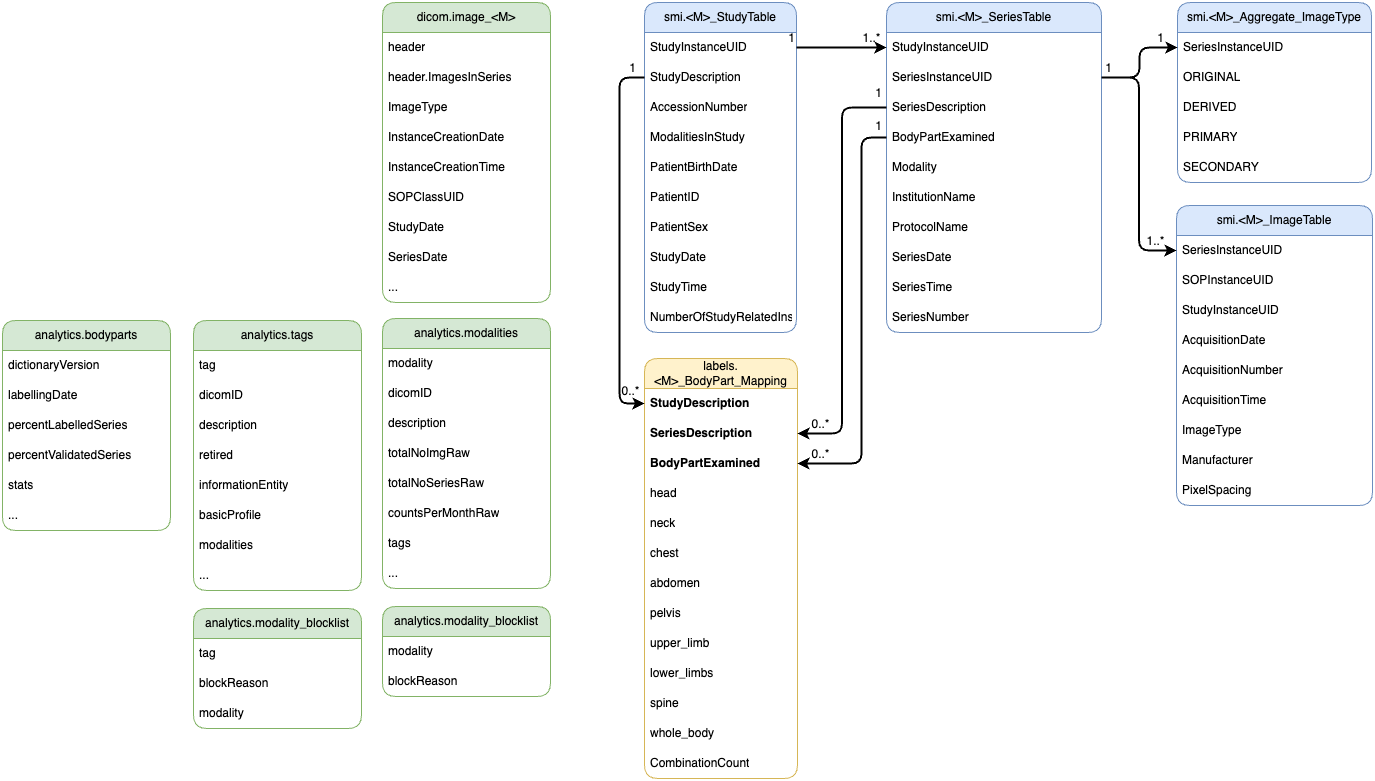
Before: docs/assets/er_diagram.png, a diagram exported from draw.io (SMI/metacat). Source tidied: cells renumbered, new cells last; positions are measured from the earlier drawing's top-left corner, leaving out a move shared by most shapes.
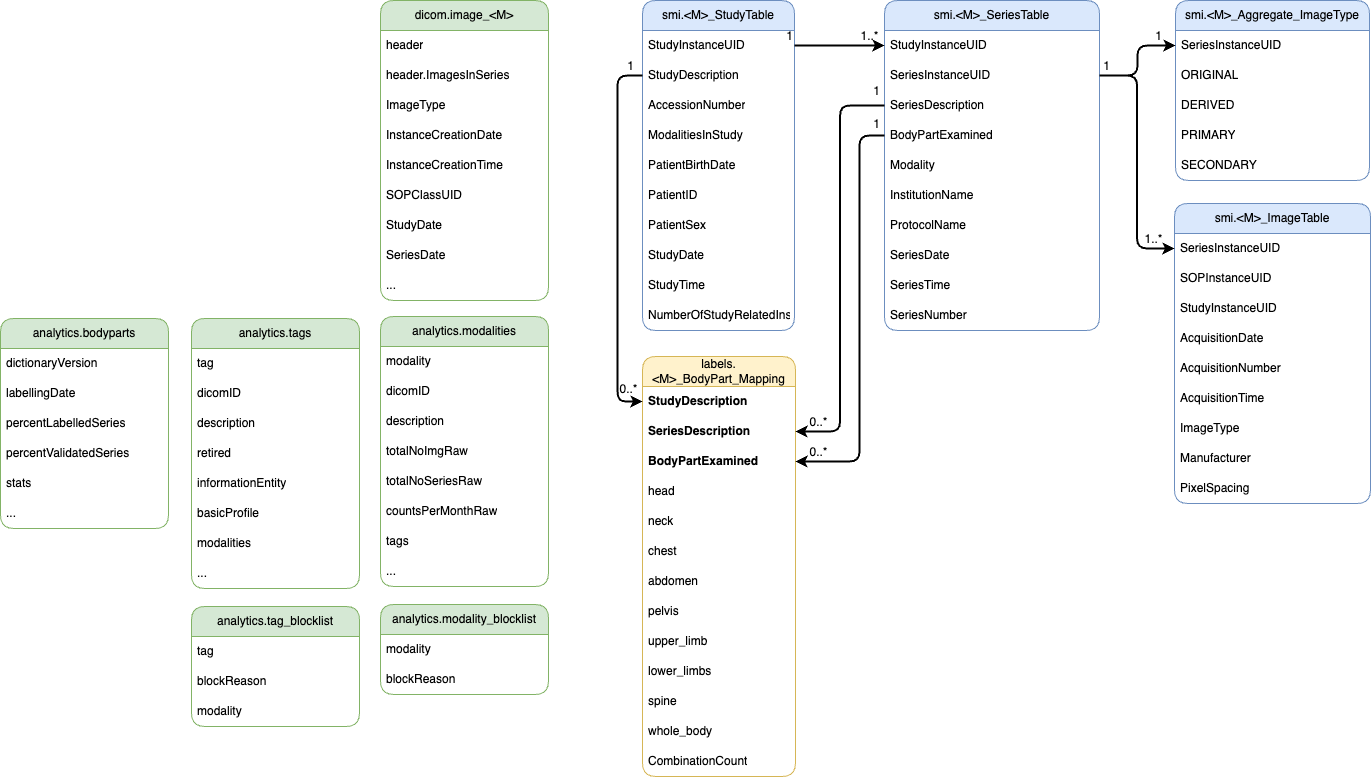
After the commit.

Change to the diagram source:
```diff
@@ -312,7 +312,7 @@
     <mxCell id="101" value="..." style="text;strokeColor=none;fillColor=none;align=left;verticalAlign=middle;spacingLeft=4;spacingRight=4;overflow=hidden;whiteSpace=wrap;html=1;" parent="93" vertex="1">
       <mxGeometry y="240" width="168" height="30" as="geometry" />
     </mxCell>
-    <mxCell id="102" value="analytics.modality_blocklist" style="swimlane;fontStyle=0;horizontal=1;startSize=30;whiteSpace=wrap;html=1;rounded=1;fillColor=#d5e8d4;strokeColor=#82b366;strokeWidth=1;" parent="1" vertex="1">
+    <mxCell id="102" value="analytics.tag_blocklist" style="swimlane;fontStyle=0;horizontal=1;startSize=30;whiteSpace=wrap;html=1;rounded=1;fillColor=#d5e8d4;strokeColor=#82b366;strokeWidth=1;" parent="1" vertex="1">
       <mxGeometry x="191" y="606" width="168" height="120" as="geometry" />
     </mxCell>
     <mxCell id="103" value="tag" style="text;strokeColor=none;fillColor=none;align=left;verticalAlign=middle;spacingLeft=4;spacingRight=4;overflow=hidden;whiteSpace=wrap;html=1;" parent="102" vertex="1">
```
